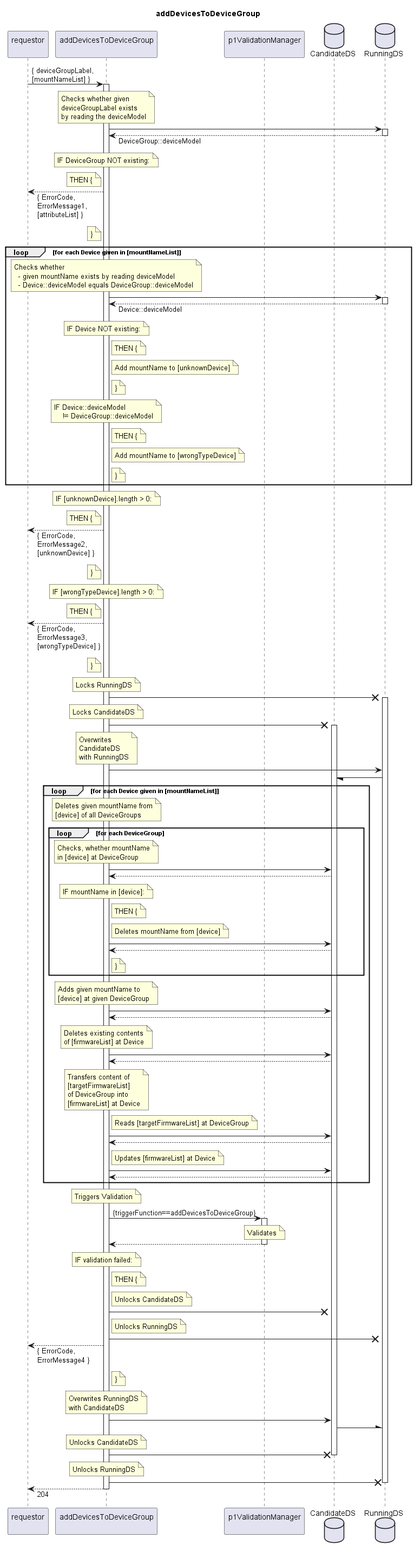
Earlier version of the PlantUML export spec/Services/addDevicesToDeviceGroup/1.0.0/addDevicesToDeviceGroup.png (openBackhaul/FirmWareManager).
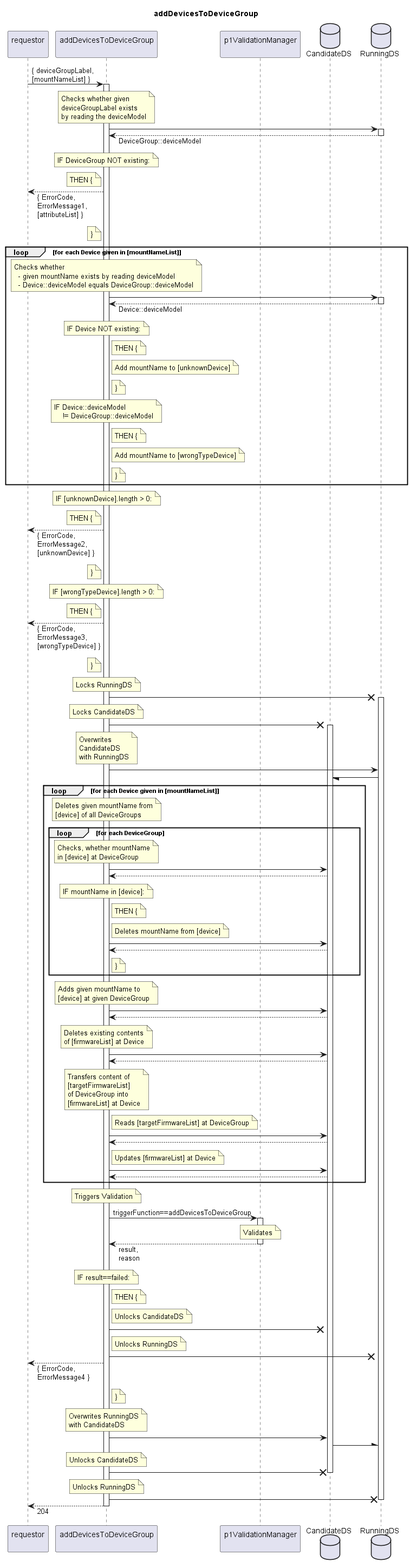
The same file after the commit.

What changed in the source:
```diff
@@ -172,15 +172,15 @@
   note over indServ
     Triggers Validation
   end note
-  indServ -> valiMan: {triggerFunction==addDevicesToDeviceGroup}
+  indServ -> valiMan: triggerFunction==addDevicesToDeviceGroup
   activate valiMan
     note over valiMan
       Validates
     end note
-  indServ <-- valiMan
+  indServ <-- valiMan: result,\nreason
   deactivate valiMan
   note over indServ
-    IF validation failed:
+    IF result==failed:
   end note
   note right indServ
     THEN {
```
